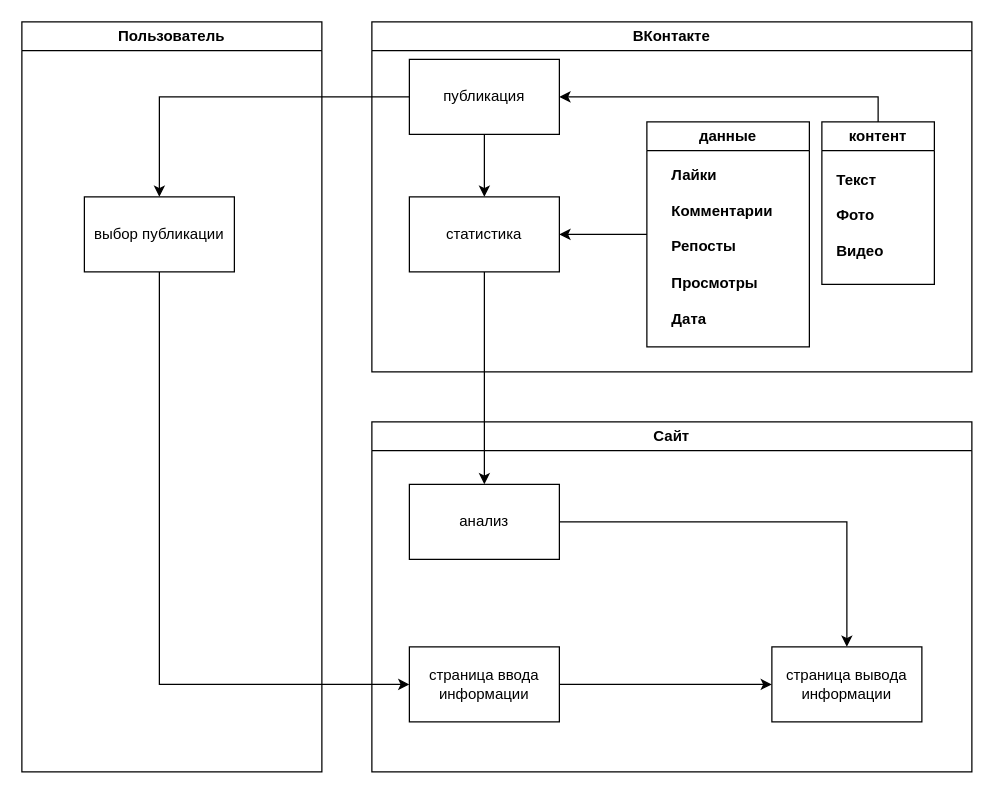
Above: мпо.drawio in l-voff/metods_rep (draw.io), before the change. Source tidied: cells renumbered, new cells numbered last; positions are measured from the earlier drawing's top-left corner, leaving out a move shared by most shapes. Both pictures are drawn from the tidied source at 125%, with x=0, y=0 at pixel (21, 21).
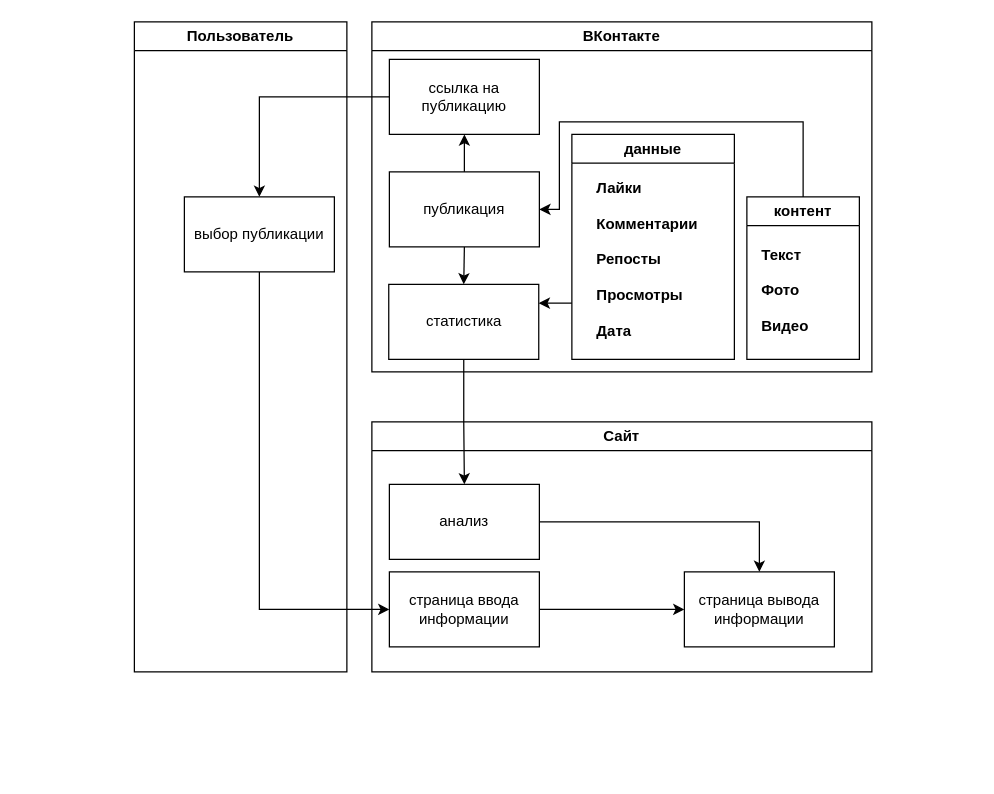
The same diagram, later.

Commit message:
модель предметной области

Change to the diagram source:
```diff
@@
     <mxCell id="2" value="Пользователь" style="swimlane;whiteSpace=wrap;html=1;" parent="1" vertex="1">
-      <mxGeometry width="240" height="600" as="geometry" />
+      <mxGeometry x="90" width="170" height="520" as="geometry" />
     </mxCell>
     <mxCell id="3" value="выбор публикации" style="rounded=0;whiteSpace=wrap;html=1;" parent="2" vertex="1">
-      <mxGeometry x="50" y="140" width="120" height="60" as="geometry" />
+      <mxGeometry x="40" y="140" width="120" height="60" as="geometry" />
     </mxCell>
     <mxCell id="4" value="Сайт" style="swimlane;whiteSpace=wrap;html=1;" parent="1" vertex="1">
-      <mxGeometry x="280" y="320" width="480" height="280" as="geometry" />
+      <mxGeometry x="280" y="320" width="400" height="200" as="geometry" />
     </mxCell>
     <mxCell id="5" value="страница вывода информации" style="rounded=0;whiteSpace=wrap;html=1;" parent="4" vertex="1">
-      <mxGeometry x="320" y="180" width="120" height="60" as="geometry" />
+      <mxGeometry x="250" y="120" width="120" height="60" as="geometry" />
     </mxCell>
@@
     <mxCell id="7" value="страница ввода информации" style="rounded=0;whiteSpace=wrap;html=1;" parent="4" vertex="1">
-      <mxGeometry x="30" y="180" width="120" height="60" as="geometry" />
+      <mxGeometry x="14" y="120" width="120" height="60" as="geometry" />
     </mxCell>
@@
     <mxCell id="9" value="анализ" style="rounded=0;whiteSpace=wrap;html=1;" parent="4" vertex="1">
-      <mxGeometry x="30" y="50" width="120" height="60" as="geometry" />
+      <mxGeometry x="14" y="50" width="120" height="60" as="geometry" />
     </mxCell>
     <mxCell id="10" value="ВКонтакте" style="swimlane;whiteSpace=wrap;html=1;" parent="1" vertex="1">
-      <mxGeometry x="280" width="480" height="280" as="geometry" />
+      <mxGeometry x="280" width="400" height="280" as="geometry" />
     </mxCell>
@@
+    <mxCell id="23" style="edgeStyle=orthogonalEdgeStyle;rounded=0;jettySize=auto;html=1;exitX=0.5;exitY=0;exitDx=0;exitDy=0;" parent="10" edge="1" source="12" target="24">
+      <mxGeometry relative="1" as="geometry" />
+    </mxCell>
     <mxCell id="12" value="публикация" style="rounded=0;whiteSpace=wrap;html=1;" parent="10" vertex="1">
-      <mxGeometry x="30" y="30" width="120" height="60" as="geometry" />
+      <mxGeometry x="14" y="120" width="120" height="60" as="geometry" />
     </mxCell>
     <mxCell id="13" style="edgeStyle=orthogonalEdgeStyle;rounded=0;jettySize=auto;html=1;exitX=0.5;exitY=0;exitDx=0;exitDy=0;entryX=1;entryY=0.5;entryDx=0;entryDy=0;" parent="10" edge="1" source="14" target="12">
-      <mxGeometry relative="1" as="geometry" />
+      <mxGeometry relative="1" as="geometry">
+        <Array as="points">
+          <mxPoint x="345" y="80" />
+          <mxPoint x="150" y="80" />
+          <mxPoint x="150" y="150" />
+        </Array>
+      </mxGeometry>
     </mxCell>
     <mxCell id="14" value="контент" style="swimlane;whiteSpace=wrap;html=1;" parent="10" vertex="1">
-      <mxGeometry x="360" y="80" width="90" height="130" as="geometry" />
+      <mxGeometry x="300" y="140" width="90" height="130" as="geometry" />
     </mxCell>
@@
     <mxCell id="16" value="статистика" style="rounded=0;whiteSpace=wrap;html=1;" parent="10" vertex="1">
-      <mxGeometry x="30" y="140" width="120" height="60" as="geometry" />
+      <mxGeometry x="13.5" y="210" width="120" height="60" as="geometry" />
     </mxCell>
-    <mxCell id="17" style="edgeStyle=orthogonalEdgeStyle;rounded=0;jettySize=auto;html=1;exitX=0;exitY=0.5;exitDx=0;exitDy=0;entryX=1;entryY=0.5;entryDx=0;entryDy=0;" parent="10" edge="1" source="18" target="16">
+    <mxCell id="17" style="edgeStyle=orthogonalEdgeStyle;rounded=0;jettySize=auto;html=1;exitX=0;exitY=0.75;exitDx=0;exitDy=0;entryX=1;entryY=0.25;entryDx=0;entryDy=0;" parent="10" edge="1" source="18" target="16">
       <mxGeometry relative="1" as="geometry" />
     </mxCell>
     <mxCell id="18" value="данные" style="swimlane;whiteSpace=wrap;html=1;" parent="10" vertex="1">
-      <mxGeometry x="220" y="80" width="130" height="180" as="geometry" />
+      <mxGeometry x="160" y="90" width="130" height="180" as="geometry" />
     </mxCell>
@@
+    <mxCell id="24" value="ссылка на публикацию" style="rounded=0;whiteSpace=wrap;html=1;" parent="10" vertex="1">
+      <mxGeometry x="14" y="30" width="120" height="60" as="geometry" />
+    </mxCell>
@@
-    <mxCell id="21" style="edgeStyle=orthogonalEdgeStyle;rounded=0;jettySize=auto;html=1;exitX=0;exitY=0.5;exitDx=0;exitDy=0;entryX=0.5;entryY=0;entryDx=0;entryDy=0;" parent="1" edge="1" source="12" target="3">
-      <mxGeometry relative="1" as="geometry" />
-    </mxCell>
@@
+    <mxCell id="25" style="edgeStyle=orthogonalEdgeStyle;rounded=0;jettySize=auto;html=1;exitX=0;exitY=0.5;exitDx=0;exitDy=0;entryX=0.5;entryY=0;entryDx=0;entryDy=0;" parent="1" edge="1" source="24" target="3">
+      <mxGeometry relative="1" as="geometry" />
+    </mxCell>
```
